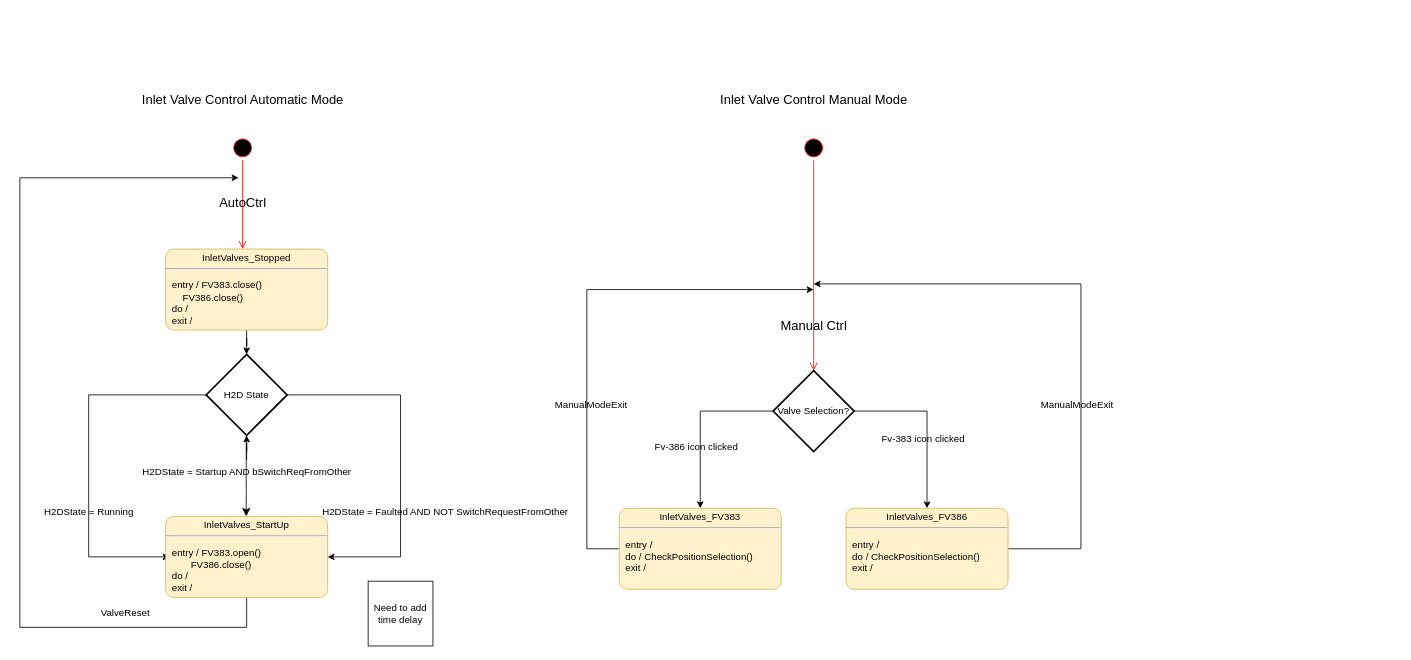
Above: page "InletAirSupplyController" (12 of 12) of H2D Modular.drawio in EdwardsKorea/CommonDrawIO (draw.io), before the change. Source tidied: cells renumbered, new cells numbered last; positions are measured from the earlier drawing's top-left corner, leaving out a move shared by most shapes. Both pictures are drawn from the tidied source at 81%, with x=0, y=0 at pixel (19, 87).
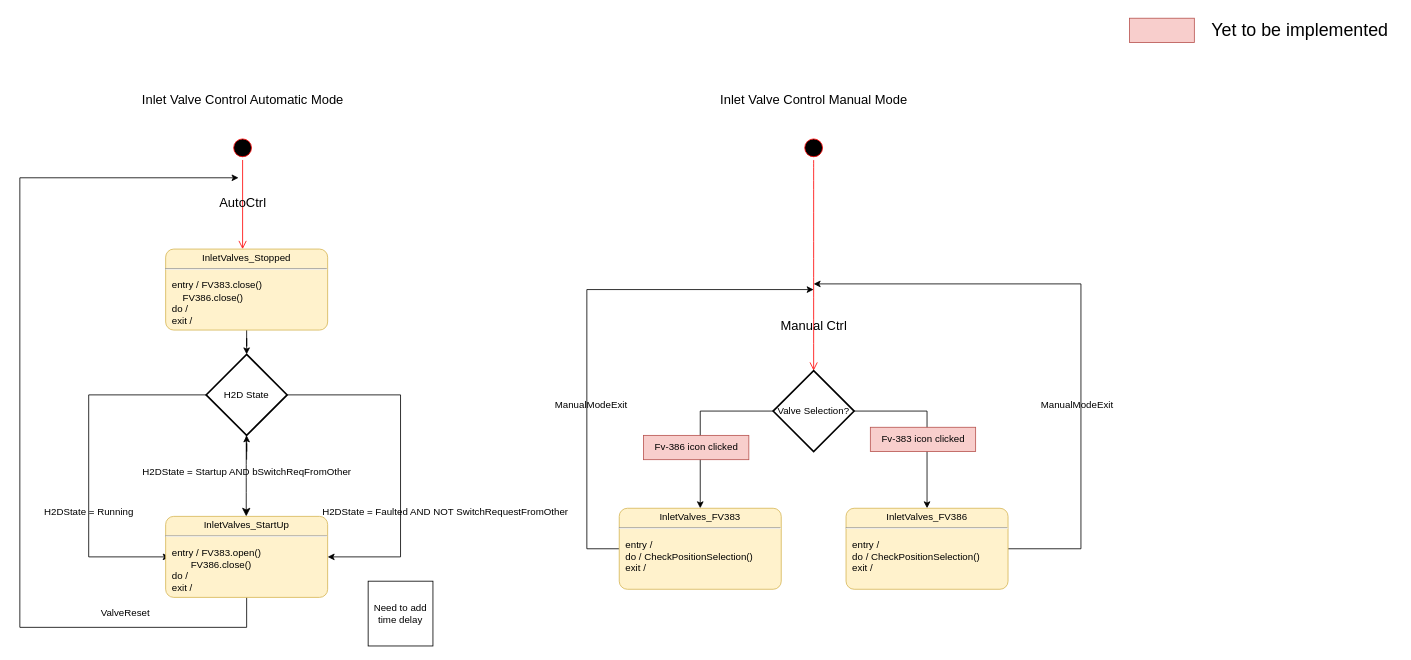
The same diagram, later.

Change to the diagram source:
```diff
@@
-    <mxCell id="27" value="Fv-383 icon clicked&lt;br&gt;" style="text;html=1;align=center;verticalAlign=middle;strokeColor=none;fillColor=none;" parent="1" vertex="1">
+    <mxCell id="27" value="Fv-383 icon clicked&lt;br&gt;" style="text;html=1;align=center;verticalAlign=middle;strokeColor=#b85450;fillColor=#f8cecc;" parent="1" vertex="1">
       <mxGeometry x="1050" y="420" width="130" height="30" as="geometry" />
     </mxCell>
-    <mxCell id="28" value="Fv-386 icon clicked" style="text;html=1;align=center;verticalAlign=middle;strokeColor=none;fillColor=none;" parent="1" vertex="1">
+    <mxCell id="28" value="Fv-386 icon clicked" style="text;html=1;align=center;verticalAlign=middle;strokeColor=#b85450;fillColor=#f8cecc;" parent="1" vertex="1">
       <mxGeometry x="770" y="430" width="130" height="30" as="geometry" />
     </mxCell>
@@
+    <mxCell id="35" style="rounded=0;whiteSpace=wrap;html=1;fillColor=#f8cecc;strokeColor=#b85450;" parent="1" vertex="1">
+      <mxGeometry x="1370" y="-85" width="80" height="30" as="geometry" />
+    </mxCell>
+    <mxCell id="36" value="Yet&amp;nbsp;to be implemented" style="text;html=1;align=center;verticalAlign=middle;strokeColor=none;fillColor=none;fontSize=22;" parent="1" vertex="1">
+      <mxGeometry x="1460" y="-90" width="240" height="40" as="geometry" />
+    </mxCell>
```
